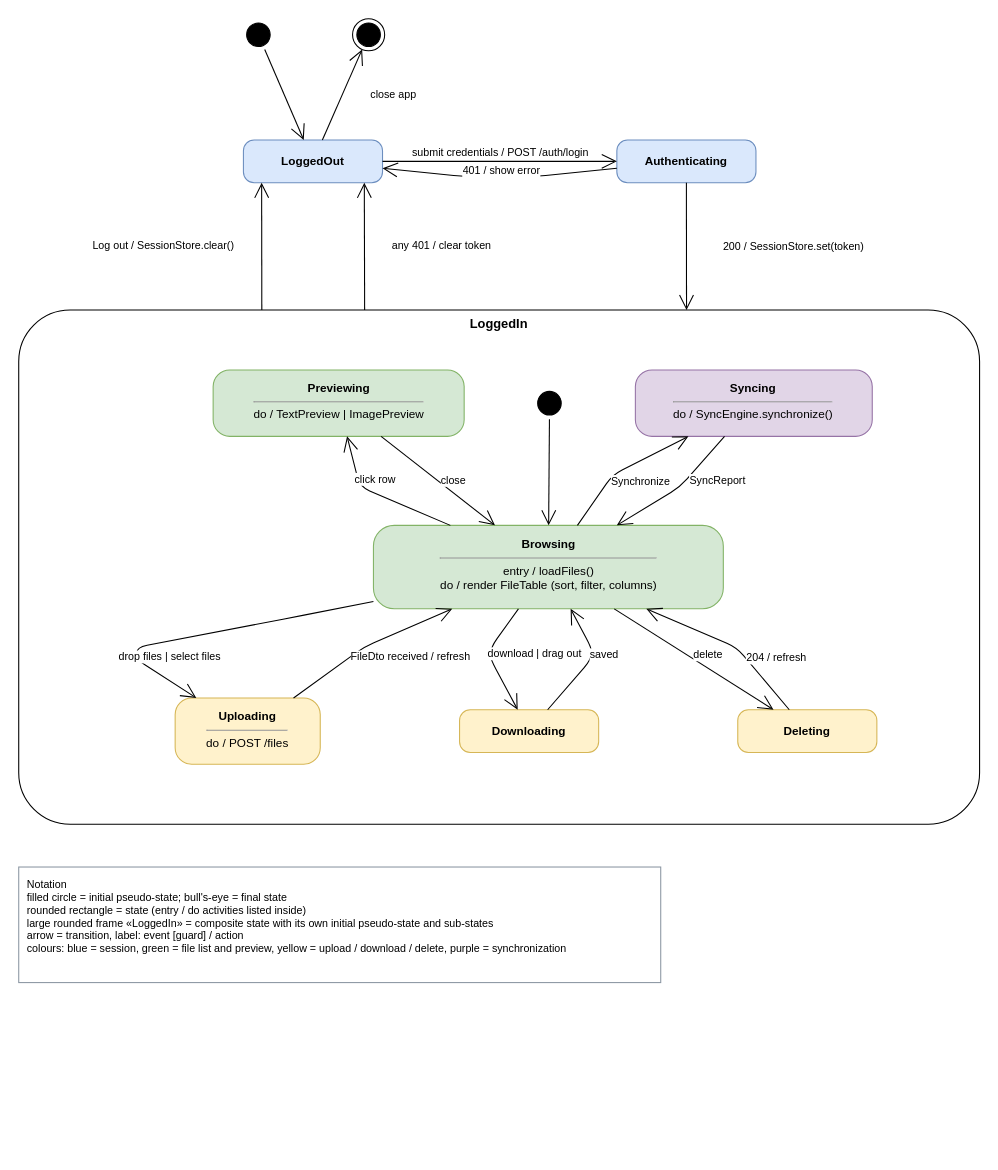
This is docs/uml/drawio/12-state-session.drawio from AIAvenger1/minidrive, a draw.io file, before an edit. Source tidied: cells renumbered, new cells numbered last; positions are measured from the earlier drawing's top-left corner, leaving out a move shared by most shapes. Both pictures are drawn from the tidied source at 107%, with x=0, y=0 at pixel (18, 18).
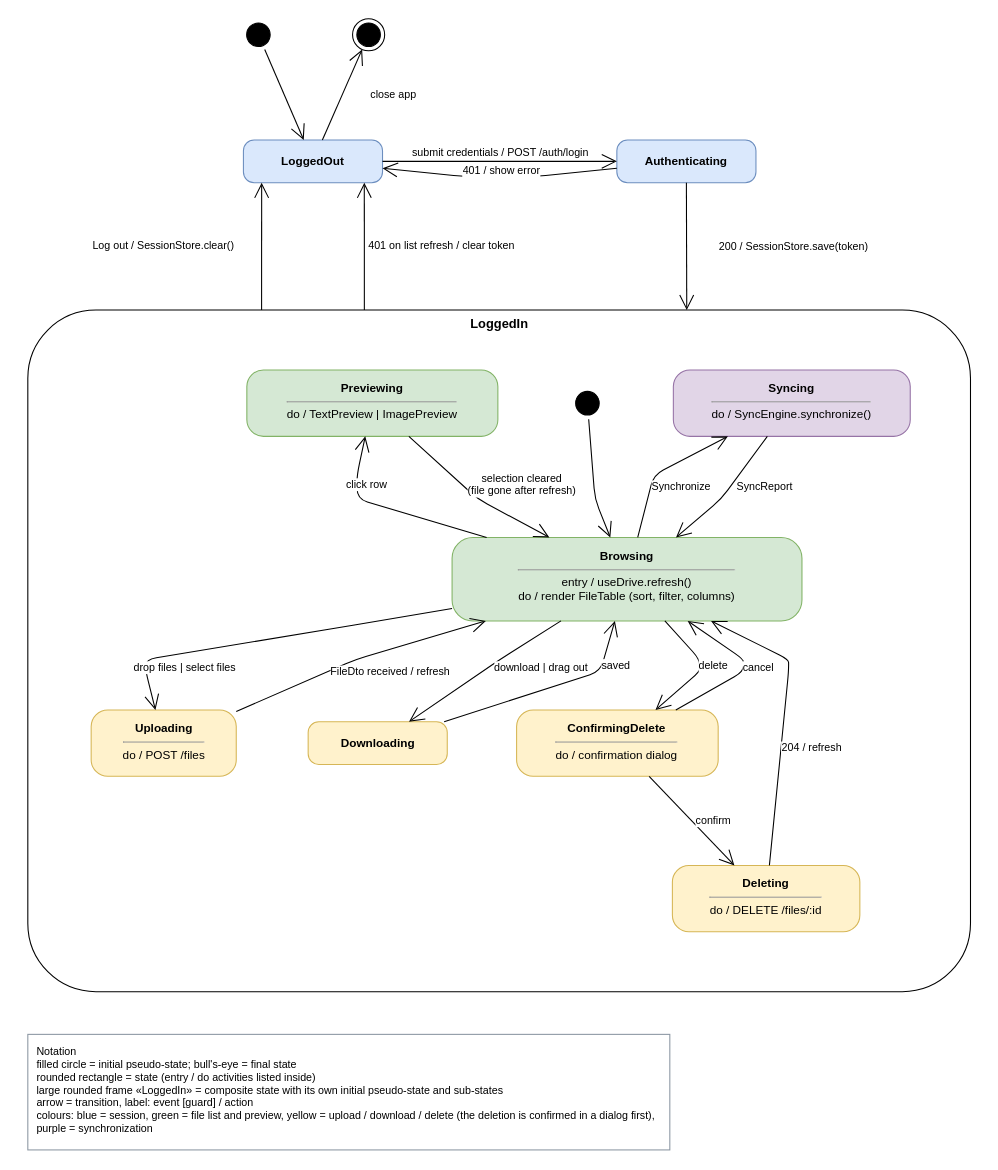
After the change.

Unchanged cells that the change refers to:
```xml
<mxCell id="3" style="ellipse;html=1;shape=startState;fillColor=#000000;strokeColor=#000000;" parent="1" vertex="1">
  <mxGeometry x="209" width="30" height="30" as="geometry" />
</mxCell>
<mxCell id="4" style="ellipse;html=1;shape=endState;fillColor=#000000;strokeColor=#000000;" parent="1" vertex="1">
  <mxGeometry x="312" width="30" height="30" as="geometry" />
</mxCell>
<mxCell id="5" value="&lt;b&gt;LoggedOut&lt;/b&gt;" style="rounded=1;whiteSpace=wrap;html=1;arcSize=25;fontSize=11;fillColor=#dae8fc;strokeColor=#6c8ebf;" parent="1" vertex="1">
  <mxGeometry x="210" y="113.3" width="130" height="40" as="geometry" />
</mxCell>
<mxCell id="6" value="&lt;b&gt;Authenticating&lt;/b&gt;" style="rounded=1;whiteSpace=wrap;html=1;arcSize=25;fontSize=11;fillColor=#dae8fc;strokeColor=#6c8ebf;" parent="1" vertex="1">
  <mxGeometry x="559" y="113.3" width="130" height="40" as="geometry" />
</mxCell>
```

What changed in the source:
```diff
@@
     <mxCell id="2" value="LoggedIn" style="rounded=1;whiteSpace=wrap;html=1;verticalAlign=top;fontStyle=1;arcSize=10;fillColor=none;strokeColor=#000000;" parent="1" vertex="1">
-      <mxGeometry y="272.3" width="898" height="480.5" as="geometry" />
+      <mxGeometry x="8.5" y="272.3" width="881" height="637" as="geometry" />
     </mxCell>
@@
     <mxCell id="7" value="&lt;b&gt;Previewing&lt;/b&gt;&lt;hr size='1'&gt;do / TextPreview | ImagePreview" style="rounded=1;whiteSpace=wrap;html=1;arcSize=25;fontSize=11;fillColor=#d5e8d4;strokeColor=#82b366;verticalAlign=top;spacingTop=4;" parent="2" vertex="1">
-      <mxGeometry x="181.7" y="56" width="234.6" height="62" as="geometry" />
+      <mxGeometry x="204.7" y="56" width="234.6" height="62" as="geometry" />
     </mxCell>
     <mxCell id="8" style="ellipse;html=1;shape=startState;fillColor=#000000;strokeColor=#000000;" parent="2" vertex="1">
-      <mxGeometry x="481" y="72" width="30" height="30" as="geometry" />
+      <mxGeometry x="508" y="72" width="30" height="30" as="geometry" />
     </mxCell>
     <mxCell id="9" value="&lt;b&gt;Syncing&lt;/b&gt;&lt;hr size='1'&gt;do / SyncEngine.synchronize()" style="rounded=1;whiteSpace=wrap;html=1;arcSize=25;fontSize=11;fillColor=#e1d5e7;strokeColor=#9673a6;verticalAlign=top;spacingTop=4;" parent="2" vertex="1">
-      <mxGeometry x="576.3" y="56" width="221.4" height="62" as="geometry" />
+      <mxGeometry x="603.3" y="56" width="221.4" height="62" as="geometry" />
     </mxCell>
-    <mxCell id="10" value="&lt;b&gt;Browsing&lt;/b&gt;&lt;hr size='1'&gt;entry / loadFiles()&lt;br&gt;do / render FileTable (sort, filter, columns)" style="rounded=1;whiteSpace=wrap;html=1;arcSize=25;fontSize=11;fillColor=#d5e8d4;strokeColor=#82b366;verticalAlign=top;spacingTop=4;" parent="2" vertex="1">
-      <mxGeometry x="331.5" y="201.2" width="327" height="78" as="geometry" />
+    <mxCell id="10" value="&lt;b&gt;Browsing&lt;/b&gt;&lt;hr size='1'&gt;entry / useDrive.refresh()&lt;br&gt;do / render FileTable (sort, filter, columns)" style="rounded=1;whiteSpace=wrap;html=1;arcSize=25;fontSize=11;fillColor=#d5e8d4;strokeColor=#82b366;verticalAlign=top;spacingTop=4;" parent="2" vertex="1">
+      <mxGeometry x="396.5" y="212.5" width="327" height="78" as="geometry" />
     </mxCell>
     <mxCell id="11" value="&lt;b&gt;Uploading&lt;/b&gt;&lt;hr size='1'&gt;do / POST /files" style="rounded=1;whiteSpace=wrap;html=1;arcSize=25;fontSize=11;fillColor=#fff2cc;strokeColor=#d6b656;verticalAlign=top;spacingTop=4;" parent="2" vertex="1">
-      <mxGeometry x="146.2" y="362.5" width="135.6" height="62" as="geometry" />
+      <mxGeometry x="59.2" y="373.7" width="135.6" height="62" as="geometry" />
     </mxCell>
     <mxCell id="12" value="&lt;b&gt;Downloading&lt;/b&gt;" style="rounded=1;whiteSpace=wrap;html=1;arcSize=25;fontSize=11;fillColor=#fff2cc;strokeColor=#d6b656;" parent="2" vertex="1">
-      <mxGeometry x="412" y="373.5" width="130" height="40" as="geometry" />
+      <mxGeometry x="262" y="384.7" width="130" height="40" as="geometry" />
     </mxCell>
-    <mxCell id="13" value="&lt;b&gt;Deleting&lt;/b&gt;" style="rounded=1;whiteSpace=wrap;html=1;arcSize=25;fontSize=11;fillColor=#fff2cc;strokeColor=#d6b656;" parent="2" vertex="1">
-      <mxGeometry x="672" y="373.5" width="130" height="40" as="geometry" />
+    <mxCell id="13" value="&lt;b&gt;ConfirmingDelete&lt;/b&gt;&lt;hr size='1'&gt;do / confirmation dialog" style="rounded=1;whiteSpace=wrap;html=1;arcSize=25;fontSize=11;fillColor=#fff2cc;strokeColor=#d6b656;verticalAlign=top;spacingTop=4;" parent="2" vertex="1">
+      <mxGeometry x="456.8" y="373.7" width="188.4" height="62" as="geometry" />
     </mxCell>
-    <mxCell id="14" value="Notation&lt;br&gt;filled circle = initial pseudo-state;  bull's-eye = final state&lt;br&gt;rounded rectangle = state (entry / do activities listed inside)&lt;br&gt;large rounded frame «LoggedIn» = composite state with its own initial pseudo-state and sub-states&lt;br&gt;arrow = transition, label:  event [guard] / action&lt;br&gt;colours: blue = session, green = file list and preview, yellow = upload / download / delete, purple = synchronization" style="text;html=1;align=left;verticalAlign=top;whiteSpace=wrap;spacingLeft=6;spacingTop=4;fontSize=10;strokeColor=#8C97A3;fillColor=#ffffff;" parent="1" vertex="1">
-      <mxGeometry y="792.8" width="600" height="108" as="geometry" />
+    <mxCell id="14" value="&lt;b&gt;Deleting&lt;/b&gt;&lt;hr size='1'&gt;do / DELETE /files/:id" style="rounded=1;whiteSpace=wrap;html=1;arcSize=25;fontSize=11;fillColor=#fff2cc;strokeColor=#d6b656;verticalAlign=top;spacingTop=4;" parent="2" vertex="1">
+      <mxGeometry x="602.4" y="519" width="175.2" height="62" as="geometry" />
     </mxCell>
-    <mxCell id="15" style="endArrow=open;endSize=12;endFill=0;html=1;labelBackgroundColor=#ffffff;fontSize=10;edgeStyle=none;" parent="1" edge="1" source="3" target="5">
-      <mxGeometry relative="1" as="geometry" />
-    </mxCell>
+    <mxCell id="33" value="Notation&lt;br&gt;filled circle = initial pseudo-state;  bull's-eye = final state&lt;br&gt;rounded rectangle = state (entry / do activities listed inside)&lt;br&gt;large rounded frame «LoggedIn» = composite state with its own initial pseudo-state and sub-states&lt;br&gt;arrow = transition, label:  event [guard] / action&lt;br&gt;colours: blue = session, green = file list and preview, yellow = upload / download / delete (the deletion is confirmed in a dialog first), purple = synchronization" style="text;html=1;align=left;verticalAlign=top;whiteSpace=wrap;spacingLeft=6;spacingTop=4;fontSize=10;strokeColor=#8C97A3;fillColor=#ffffff;" parent="1" vertex="1">
+      <mxGeometry x="8.5" y="949.2" width="600" height="108" as="geometry" />
+    </mxCell>
-    <mxCell id="16" value="close app" style="endArrow=open;endSize=12;endFill=0;html=1;labelBackgroundColor=#ffffff;fontSize=10;edgeStyle=none;" parent="1" edge="1" source="5" target="4">
-      <mxGeometry x="0.19" relative="1" as="geometry">
-        <mxPoint x="43.6" y="7.9" as="offset" />
-      </mxGeometry>
+    <mxCell id="16" style="endArrow=open;endSize=12;endFill=0;html=1;labelBackgroundColor=#ffffff;fontSize=10;edgeStyle=none;" parent="1" edge="1" source="3" target="5">
+      <mxGeometry relative="1" as="geometry" />
     </mxCell>
-    <mxCell id="17" value="submit credentials / POST /auth/login" style="endArrow=open;endSize=12;endFill=0;html=1;labelBackgroundColor=#ffffff;fontSize=10;edgeStyle=none;" parent="1" edge="1" source="5" target="6">
-      <mxGeometry relative="1" as="geometry">
-        <mxPoint y="-8.6" as="offset" />
+    <mxCell id="17" value="close app" style="endArrow=open;endSize=12;endFill=0;html=1;labelBackgroundColor=#ffffff;fontSize=10;edgeStyle=none;" parent="1" edge="1" source="5" target="4">
+      <mxGeometry x="0.19" relative="1" as="geometry">
+        <mxPoint x="43.6" y="7.9" as="offset" />
       </mxGeometry>
     </mxCell>
-    <mxCell id="18" value="401 / show error" style="endArrow=open;endSize=12;endFill=0;html=1;labelBackgroundColor=#ffffff;fontSize=10;edgeStyle=none;" parent="1" edge="1" source="6" target="5">
-      <mxGeometry x="-0.02" relative="1" as="geometry">
-        <Array as="points">
-          <mxPoint x="482.5" y="147.5" />
-          <mxPoint x="416.5" y="147.5" />
-        </Array>
-        <mxPoint y="-5.6" as="offset" />
+    <mxCell id="18" value="submit credentials / POST /auth/login" style="endArrow=open;endSize=12;endFill=0;html=1;labelBackgroundColor=#ffffff;fontSize=10;edgeStyle=none;" parent="1" edge="1" source="5" target="6">
+      <mxGeometry relative="1" as="geometry">
+        <mxPoint y="-8.6" as="offset" />
       </mxGeometry>
     </mxCell>
-    <mxCell id="19" value="200 / SessionStore.set(token)" style="edgeStyle=none;endArrow=open;endSize=12;endFill=0;html=1;labelBackgroundColor=#ffffff;fontSize=10;exitX=0.5;exitY=1;exitDx=0;exitDy=0;entryX=0.695;entryY=0;entryDx=0;entryDy=0;" parent="1" edge="1" source="6" target="2">
-      <mxGeometry relative="1" as="geometry">
-        <mxPoint x="100" as="offset" />
+    <mxCell id="19" value="401 / show error" style="endArrow=open;endSize=12;endFill=0;html=1;labelBackgroundColor=#ffffff;fontSize=10;edgeStyle=none;" parent="1" edge="1" source="6" target="5">
+      <mxGeometry x="-0.02" relative="1" as="geometry">
+        <Array as="points">
+          <mxPoint x="482.5" y="147.5" />
+          <mxPoint x="416.5" y="147.5" />
+        </Array>
+        <mxPoint y="-5.6" as="offset" />
       </mxGeometry>
     </mxCell>
-    <mxCell id="20" value="Log out / SessionStore.clear()" style="edgeStyle=none;endArrow=open;endSize=12;endFill=0;html=1;labelBackgroundColor=#ffffff;fontSize=10;exitX=0.253;exitY=0;exitDx=0;exitDy=0;entryX=0.131;entryY=1;entryDx=0;entryDy=0;" parent="1" edge="1" source="2" target="5">
+    <mxCell id="20" value="200 / SessionStore.save(token)" style="edgeStyle=none;endArrow=open;endSize=12;endFill=0;html=1;labelBackgroundColor=#ffffff;fontSize=10;exitX=0.5;exitY=1;exitDx=0;exitDy=0;entryX=0.699;entryY=0;entryDx=0;entryDy=0;" parent="1" edge="1" source="6" target="2">
       <mxGeometry relative="1" as="geometry">
-        <mxPoint x="-92" as="offset" />
+        <mxPoint x="100" as="offset" />
       </mxGeometry>
     </mxCell>
-    <mxCell id="21" value="any 401 / clear token" style="edgeStyle=none;endArrow=open;endSize=12;endFill=0;html=1;labelBackgroundColor=#ffffff;fontSize=10;exitX=0.360;exitY=0;exitDx=0;exitDy=0;entryX=0.869;entryY=1;entryDx=0;entryDy=0;" parent="1" edge="1" source="2" target="5">
+    <mxCell id="21" value="Log out / SessionStore.clear()" style="edgeStyle=none;endArrow=open;endSize=12;endFill=0;html=1;labelBackgroundColor=#ffffff;fontSize=10;exitX=0.248;exitY=0;exitDx=0;exitDy=0;entryX=0.131;entryY=1;entryDx=0;entryDy=0;" parent="1" edge="1" source="2" target="5">
       <mxGeometry relative="1" as="geometry">
-        <mxPoint x="72" as="offset" />
+        <mxPoint x="-92" as="offset" />
       </mxGeometry>
     </mxCell>
-    <mxCell id="22" value="click row" style="endArrow=open;endSize=12;endFill=0;html=1;labelBackgroundColor=#ffffff;fontSize=10;edgeStyle=none;" parent="1" edge="1" source="10" target="7">
-      <mxGeometry x="0.16" relative="1" as="geometry">
-        <Array as="points">
-          <mxPoint x="318.8" y="437.5" />
-        </Array>
-        <mxPoint x="4.9" y="-11.6" as="offset" />
+    <mxCell id="22" value="401 on list refresh / clear token" style="edgeStyle=none;endArrow=open;endSize=12;endFill=0;html=1;labelBackgroundColor=#ffffff;fontSize=10;exitX=0.357;exitY=0;exitDx=0;exitDy=0;entryX=0.869;entryY=1;entryDx=0;entryDy=0;" parent="1" edge="1" source="2" target="5">
+      <mxGeometry relative="1" as="geometry">
+        <mxPoint x="72" as="offset" />
       </mxGeometry>
     </mxCell>
-    <mxCell id="23" value="close" style="endArrow=open;endSize=12;endFill=0;html=1;labelBackgroundColor=#ffffff;fontSize=10;edgeStyle=none;" parent="1" edge="1" source="7" target="10">
-      <mxGeometry x="0.16" relative="1" as="geometry">
-        <mxPoint x="5.8" y="-7.6" as="offset" />
+    <mxCell id="23" value="click row" style="endArrow=open;endSize=12;endFill=0;html=1;labelBackgroundColor=#ffffff;fontSize=10;edgeStyle=none;" parent="1" edge="1" source="10" target="7">
+      <mxGeometry x="0.31" relative="1" as="geometry">
+        <Array as="points">
+          <mxPoint x="316.2" y="448.8" />
+          <mxPoint x="316.2" y="426.3" />
+        </Array>
+        <mxPoint x="4.5" y="-15.5" as="offset" />
       </mxGeometry>
     </mxCell>
-    <mxCell id="24" style="endArrow=open;endSize=12;endFill=0;html=1;labelBackgroundColor=#ffffff;fontSize=10;edgeStyle=none;" parent="1" edge="1" source="8" target="10">
-      <mxGeometry relative="1" as="geometry" />
+    <mxCell id="24" value="selection cleared&lt;br&gt;(file gone after refresh)" style="endArrow=open;endSize=12;endFill=0;html=1;labelBackgroundColor=#ffffff;fontSize=10;edgeStyle=none;" parent="1" edge="1" source="7" target="10">
+      <mxGeometry x="0.44" relative="1" as="geometry">
+        <Array as="points">
+          <mxPoint x="429" y="448.8" />
+        </Array>
+        <mxPoint x="14.7" y="-27.7" as="offset" />
+      </mxGeometry>
     </mxCell>
-    <mxCell id="25" value="Synchronize" style="endArrow=open;endSize=12;endFill=0;html=1;labelBackgroundColor=#ffffff;fontSize=10;edgeStyle=none;" parent="1" edge="1" source="10" target="9">
-      <mxGeometry x="0.14" relative="1" as="geometry">
+    <mxCell id="25" style="endArrow=open;endSize=12;endFill=0;html=1;labelBackgroundColor=#ffffff;fontSize=10;edgeStyle=none;" parent="1" edge="1" source="8" target="10">
+      <mxGeometry relative="1" as="geometry">
         <Array as="points">
-          <mxPoint x="555" y="426.3" />
+          <mxPoint x="538.5" y="448.8" />
         </Array>
-        <mxPoint x="7.3" y="14.7" as="offset" />
       </mxGeometry>
     </mxCell>
-    <mxCell id="26" value="SyncReport" style="endArrow=open;endSize=12;endFill=0;html=1;labelBackgroundColor=#ffffff;fontSize=10;edgeStyle=none;" parent="1" edge="1" source="9" target="10">
-      <mxGeometry x="-0.47" relative="1" as="geometry">
+    <mxCell id="26" value="Synchronize" style="endArrow=open;endSize=12;endFill=0;html=1;labelBackgroundColor=#ffffff;fontSize=10;edgeStyle=none;" parent="1" edge="1" source="10" target="9">
+      <mxGeometry x="0.12" relative="1" as="geometry">
         <Array as="points">
-          <mxPoint x="618" y="437.5" />
+          <mxPoint x="593.5" y="426.3" />
         </Array>
-        <mxPoint x="16.1" y="14.4" as="offset" />
+        <mxPoint x="9.8" y="19.3" as="offset" />
       </mxGeometry>
     </mxCell>
-    <mxCell id="27" value="drop files | select files" style="endArrow=open;endSize=12;endFill=0;html=1;labelBackgroundColor=#ffffff;fontSize=10;edgeStyle=none;" parent="1" edge="1" source="10" target="11">
-      <mxGeometry x="0.3" relative="1" as="geometry">
+    <mxCell id="27" value="SyncReport" style="endArrow=open;endSize=12;endFill=0;html=1;labelBackgroundColor=#ffffff;fontSize=10;edgeStyle=none;" parent="1" edge="1" source="9" target="10">
+      <mxGeometry x="-0.39" relative="1" as="geometry">
         <Array as="points">
-          <mxPoint x="256.8" y="559.3" />
-          <mxPoint x="110.2" y="587.5" />
-          <mxPoint x="110.2" y="598.8" />
+          <mxPoint x="656.5" y="448.8" />
         </Array>
-        <mxPoint x="2.6" y="13.6" as="offset" />
+        <mxPoint x="20.3" y="15.1" as="offset" />
       </mxGeometry>
     </mxCell>
-    <mxCell id="28" value="FileDto received / refresh" style="endArrow=open;endSize=12;endFill=0;html=1;labelBackgroundColor=#ffffff;fontSize=10;edgeStyle=none;" parent="1" edge="1" source="11" target="10">
-      <mxGeometry x="0.37" relative="1" as="geometry">
+    <mxCell id="28" value="drop files | select files" style="endArrow=open;endSize=12;endFill=0;html=1;labelBackgroundColor=#ffffff;fontSize=10;edgeStyle=none;" parent="1" edge="1" source="10" target="11">
+      <mxGeometry x="0.51" relative="1" as="geometry">
         <Array as="points">
-          <mxPoint x="322.2" y="587.5" />
+          <mxPoint x="302.5" y="568.5" />
+          <mxPoint x="118.8" y="598.8" />
+          <mxPoint x="118.8" y="610" />
         </Array>
-        <mxPoint x="10" y="23.3" as="offset" />
+        <mxPoint x="2.1" y="12.5" as="offset" />
       </mxGeometry>
     </mxCell>
-    <mxCell id="29" value="download | drag out" style="endArrow=open;endSize=12;endFill=0;html=1;labelBackgroundColor=#ffffff;fontSize=10;edgeStyle=none;" parent="1" edge="1" source="10" target="12">
-      <mxGeometry x="-0.54" relative="1" as="geometry">
+    <mxCell id="29" value="FileDto received / refresh" style="endArrow=open;endSize=12;endFill=0;html=1;labelBackgroundColor=#ffffff;fontSize=10;edgeStyle=none;" parent="1" edge="1" source="11" target="10">
+      <mxGeometry x="0.21" relative="1" as="geometry">
         <Array as="points">
-          <mxPoint x="441.2" y="587.5" />
-          <mxPoint x="441.2" y="598.8" />
+          <mxPoint x="314.8" y="598.8" />
         </Array>
-        <mxPoint x="29.4" y="21.4" as="offset" />
+        <mxPoint x="5.5" y="19" as="offset" />
       </mxGeometry>
     </mxCell>
-    <mxCell id="30" value="saved" style="endArrow=open;endSize=12;endFill=0;html=1;labelBackgroundColor=#ffffff;fontSize=10;edgeStyle=none;" parent="1" edge="1" source="12" target="10">
-      <mxGeometry x="0.18" relative="1" as="geometry">
+    <mxCell id="30" value="download | drag out" style="endArrow=open;endSize=12;endFill=0;html=1;labelBackgroundColor=#ffffff;fontSize=10;edgeStyle=none;" parent="1" edge="1" source="10" target="12">
+      <mxGeometry x="-0.54" relative="1" as="geometry">
         <Array as="points">
-          <mxPoint x="535" y="598.8" />
-          <mxPoint x="535" y="587.5" />
+          <mxPoint x="449.8" y="598.8" />
         </Array>
-        <mxPoint x="11.6" as="offset" />
+        <mxPoint x="13.9" y="22.4" as="offset" />
       </mxGeometry>
     </mxCell>
-    <mxCell id="31" value="delete" style="endArrow=open;endSize=12;endFill=0;html=1;labelBackgroundColor=#ffffff;fontSize=10;edgeStyle=none;" parent="1" edge="1" source="10" target="13">
-      <mxGeometry x="0.1" relative="1" as="geometry">
-        <mxPoint x="5.8" y="-9.2" as="offset" />
+    <mxCell id="31" value="saved" style="endArrow=open;endSize=12;endFill=0;html=1;labelBackgroundColor=#ffffff;fontSize=10;edgeStyle=none;" parent="1" edge="1" source="12" target="10">
+      <mxGeometry x="0.61" relative="1" as="geometry">
+        <Array as="points">
+          <mxPoint x="543.5" y="610" />
+        </Array>
+        <mxPoint x="12" y="3.5" as="offset" />
       </mxGeometry>
     </mxCell>
-    <mxCell id="32" value="204 / refresh" style="endArrow=open;endSize=12;endFill=0;html=1;labelBackgroundColor=#ffffff;fontSize=10;edgeStyle=none;" parent="1" edge="1" source="13" target="10">
-      <mxGeometry x="-0.46" relative="1" as="geometry">
+    <mxCell id="32" value="delete" style="endArrow=open;endSize=12;endFill=0;html=1;labelBackgroundColor=#ffffff;fontSize=10;edgeStyle=none;" parent="1" edge="1" source="10" target="13">
+      <mxGeometry x="-0.05" relative="1" as="geometry">
         <Array as="points">
-          <mxPoint x="671" y="587.5" />
+          <mxPoint x="636.5" y="598.8" />
+          <mxPoint x="636.5" y="610" />
         </Array>
-        <mxPoint x="17.3" y="-14.8" as="offset" />
+        <mxPoint x="12.4" as="offset" />
       </mxGeometry>
     </mxCell>
+    <mxCell id="34" value="cancel" style="endArrow=open;endSize=12;endFill=0;html=1;labelBackgroundColor=#ffffff;fontSize=10;edgeStyle=none;" parent="1" edge="1" source="13" target="10">
+      <mxGeometry x="0.04" relative="1" as="geometry">
+        <Array as="points">
+          <mxPoint x="677.5" y="610" />
+          <mxPoint x="677.5" y="598.8" />
+        </Array>
+        <mxPoint x="13.1" as="offset" />
+      </mxGeometry>
+    </mxCell>
+    <mxCell id="35" value="confirm" style="endArrow=open;endSize=12;endFill=0;html=1;labelBackgroundColor=#ffffff;fontSize=10;edgeStyle=none;" parent="1" edge="1" source="13" target="14">
+      <mxGeometry x="0.24" relative="1" as="geometry">
+        <mxPoint x="10.3" y="-10" as="offset" />
+      </mxGeometry>
+    </mxCell>
+    <mxCell id="36" value="204 / refresh" style="endArrow=open;endSize=12;endFill=0;html=1;labelBackgroundColor=#ffffff;fontSize=10;edgeStyle=none;" parent="1" edge="1" source="14" target="10">
+      <mxGeometry x="-0.17" relative="1" as="geometry">
+        <Array as="points">
+          <mxPoint x="719.5" y="610" />
+          <mxPoint x="719.5" y="598.8" />
+        </Array>
+        <mxPoint x="27.8" y="2.8" as="offset" />
+      </mxGeometry>
+    </mxCell>
```
